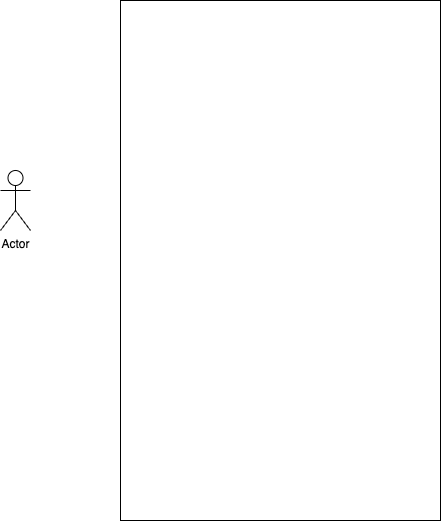
Above: Untitled Diagram.drawio.png in Mitansh007/SE (draw.io), before the change. Source tidied: cells renumbered, new cells last; positions are measured from the earlier drawing's top-left corner, leaving out a move shared by most shapes.
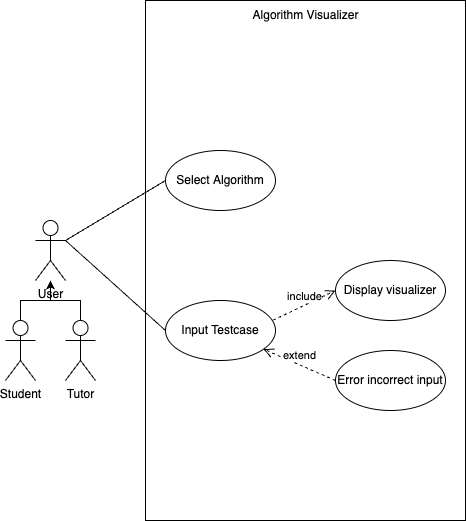
The same diagram one commit later.

Change to the diagram source:
```diff
@@ -5,8 +5,51 @@
     <mxCell id="2" style="rounded=0;whiteSpace=wrap;html=1;" parent="1" vertex="1">
       <mxGeometry x="120" width="320" height="520" as="geometry" />
     </mxCell>
-    <mxCell id="3" value="Actor" style="shape=umlActor;verticalLabelPosition=bottom;verticalAlign=top;html=1;" parent="1" vertex="1">
-      <mxGeometry y="170" width="30" height="60" as="geometry" />
+    <mxCell id="3" value="User" style="shape=umlActor;verticalLabelPosition=bottom;verticalAlign=top;html=1;" parent="1" vertex="1">
+      <mxGeometry x="10" y="220" width="30" height="60" as="geometry" />
     </mxCell>
+    <mxCell id="4" value="Algorithm Visualizer" style="text;html=1;align=center;verticalAlign=middle;fillColor=none;strokeColor=none;rounded=0;" parent="1" vertex="1">
+      <mxGeometry x="215" width="130" height="30" as="geometry" />
+    </mxCell>
+    <mxCell id="5" value="Select Algorithm" style="ellipse;whiteSpace=wrap;html=1;" parent="1" vertex="1">
+      <mxGeometry x="140" y="150" width="110" height="60" as="geometry" />
+    </mxCell>
+    <mxCell id="6" value="Input Testcase" style="ellipse;whiteSpace=wrap;html=1;" parent="1" vertex="1">
+      <mxGeometry x="140" y="300" width="110" height="60" as="geometry" />
+    </mxCell>
+    <mxCell id="7" style="endArrow=none;html=1;rounded=0;entryX=0;entryY=0.5;entryDx=0;entryDy=0;" parent="1" edge="1" target="5">
+      <mxGeometry relative="1" as="geometry">
+        <mxPoint x="40" y="240" as="sourcePoint" />
+      </mxGeometry>
+    </mxCell>
+    <mxCell id="8" style="endArrow=none;html=1;rounded=0;entryX=0;entryY=0.5;entryDx=0;entryDy=0;" parent="1" edge="1" target="6">
+      <mxGeometry relative="1" as="geometry">
+        <mxPoint x="40" y="240" as="sourcePoint" />
+      </mxGeometry>
+    </mxCell>
+    <mxCell id="9" value="Display visualizer" style="ellipse;whiteSpace=wrap;html=1;" parent="1" vertex="1">
+      <mxGeometry x="310" y="260" width="110" height="60" as="geometry" />
+    </mxCell>
+    <mxCell id="10" value="Error incorrect input" style="ellipse;whiteSpace=wrap;html=1;" parent="1" vertex="1">
+      <mxGeometry x="310" y="350" width="110" height="60" as="geometry" />
+    </mxCell>
+    <mxCell id="11" value="extend" style="html=1;verticalAlign=bottom;endArrow=open;dashed=1;endSize=8;rounded=0;exitX=0;exitY=0.5;exitDx=0;exitDy=0;" parent="1" edge="1" source="10" target="6">
+      <mxGeometry relative="1" as="geometry" />
+    </mxCell>
+    <mxCell id="12" value="include" style="html=1;verticalAlign=bottom;endArrow=open;dashed=1;endSize=8;rounded=0;exitX=0.978;exitY=0.329;exitDx=0;exitDy=0;exitPerimeter=0;entryX=0;entryY=0.5;entryDx=0;entryDy=0;" parent="1" edge="1" source="6" target="9">
+      <mxGeometry relative="1" as="geometry" />
+    </mxCell>
+    <mxCell id="13" style="edgeStyle=orthogonalEdgeStyle;rounded=0;jettySize=auto;html=1;exitX=0.5;exitY=0;exitDx=0;exitDy=0;exitPerimeter=0;" parent="1" edge="1" source="14" target="3">
+      <mxGeometry relative="1" as="geometry" />
+    </mxCell>
+    <mxCell id="14" value="Student" style="shape=umlActor;verticalLabelPosition=bottom;verticalAlign=top;html=1;" parent="1" vertex="1">
+      <mxGeometry x="-20" y="320" width="30" height="60" as="geometry" />
+    </mxCell>
+    <mxCell id="15" style="edgeStyle=orthogonalEdgeStyle;rounded=0;jettySize=auto;html=1;exitX=0.5;exitY=0;exitDx=0;exitDy=0;exitPerimeter=0;" parent="1" edge="1" source="16" target="3">
+      <mxGeometry relative="1" as="geometry" />
+    </mxCell>
+    <mxCell id="16" value="Tutor" style="shape=umlActor;verticalLabelPosition=bottom;verticalAlign=top;html=1;" parent="1" vertex="1">
+      <mxGeometry x="40" y="320" width="30" height="60" as="geometry" />
+    </mxCell>
   </root>
 </mxGraphModel>
```
